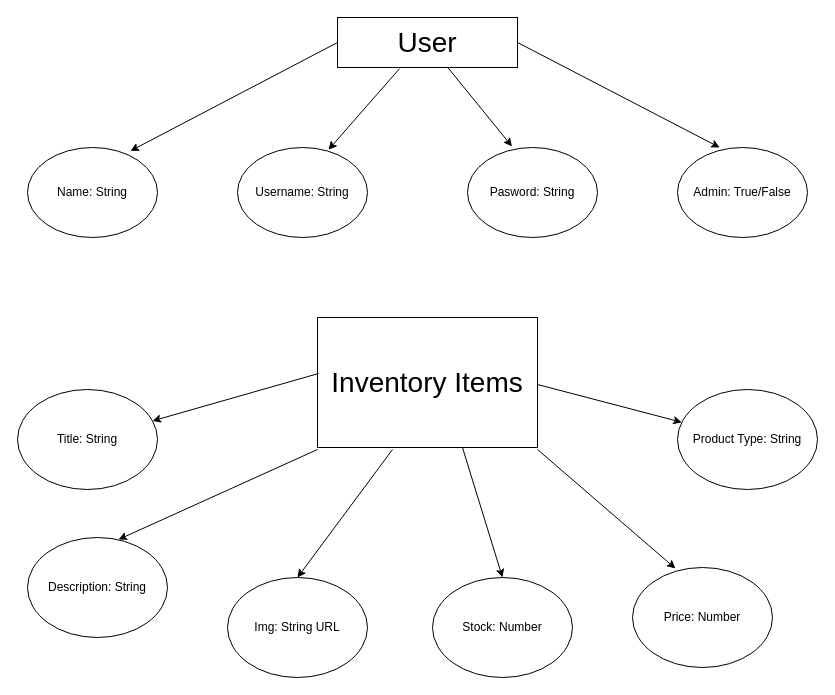
This is ERD.drawio from dazeyb/OutdoorGearSite, a draw.io file, before an edit. Source tidied: cells renumbered, new cells numbered last; positions are measured from the earlier drawing's top-left corner, leaving out a move shared by most shapes. Both pictures are drawn from the tidied source at 100%, with x=0, y=0 at pixel (17, 17).
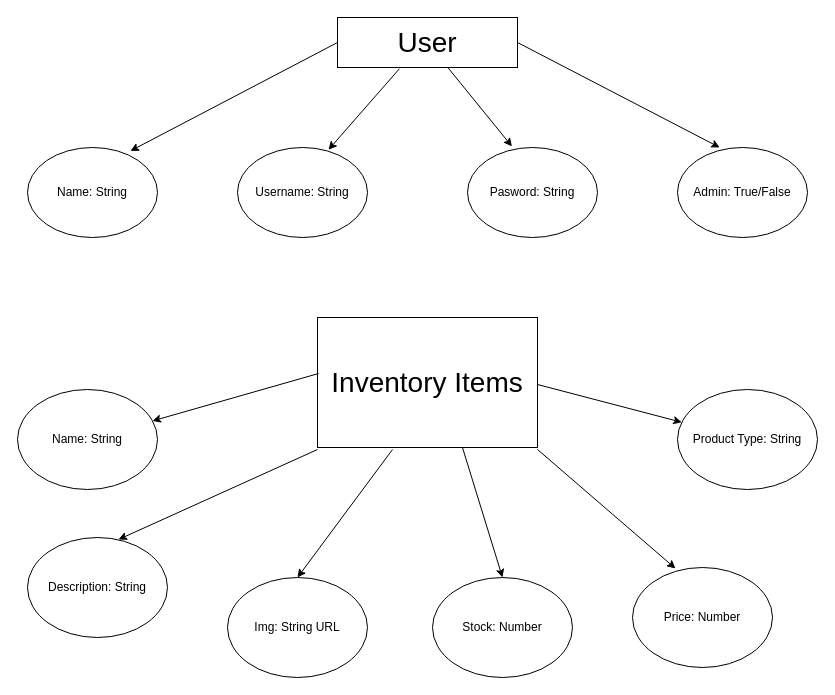
After the change.

Commit message (it also covers changes not shown here):
Further developed README

The edit, as a diff of the source:
```diff
@@
-    <mxCell id="12" value="Title: String" style="ellipse;whiteSpace=wrap;html=1;" parent="1" vertex="1">
+    <mxCell id="12" value="Name: String" style="ellipse;whiteSpace=wrap;html=1;" parent="1" vertex="1">
       <mxGeometry y="372" width="140" height="100" as="geometry" />
     </mxCell>
```
